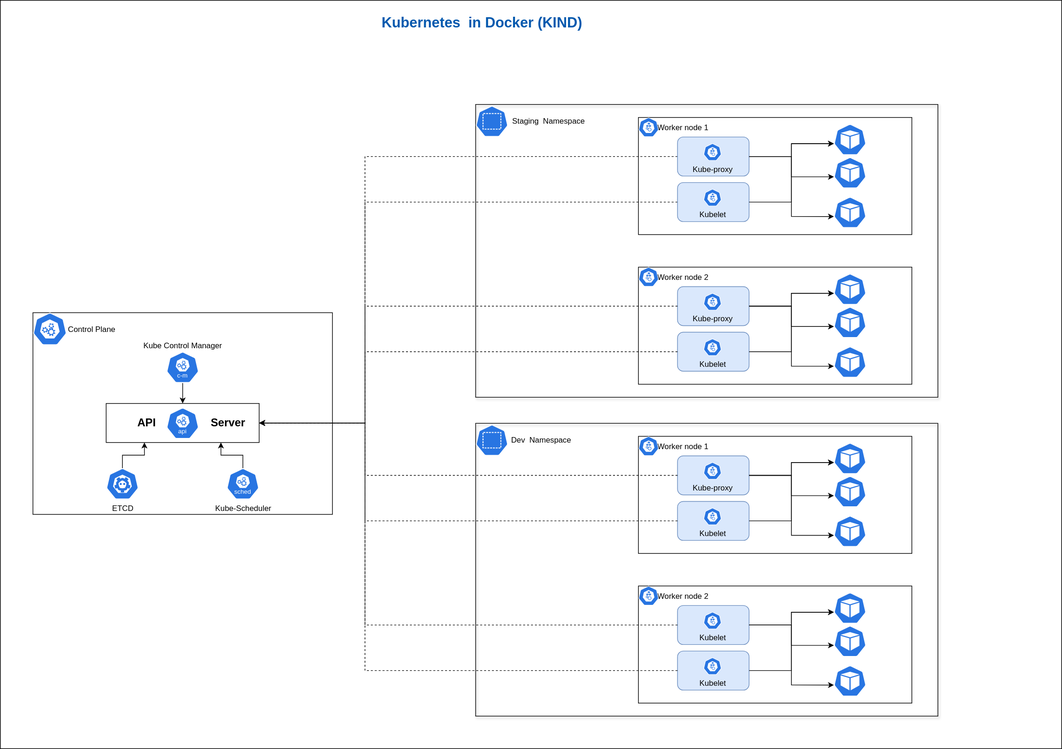
Above: resources/lab.drawio-1.svg in Daniel-Makhoba-Emmanuel/Full-stack-k8s-lab (draw.io), before the change. Source tidied: cells renumbered, new cells last; positions are measured from the earlier drawing's top-left corner, leaving out a move shared by most shapes.
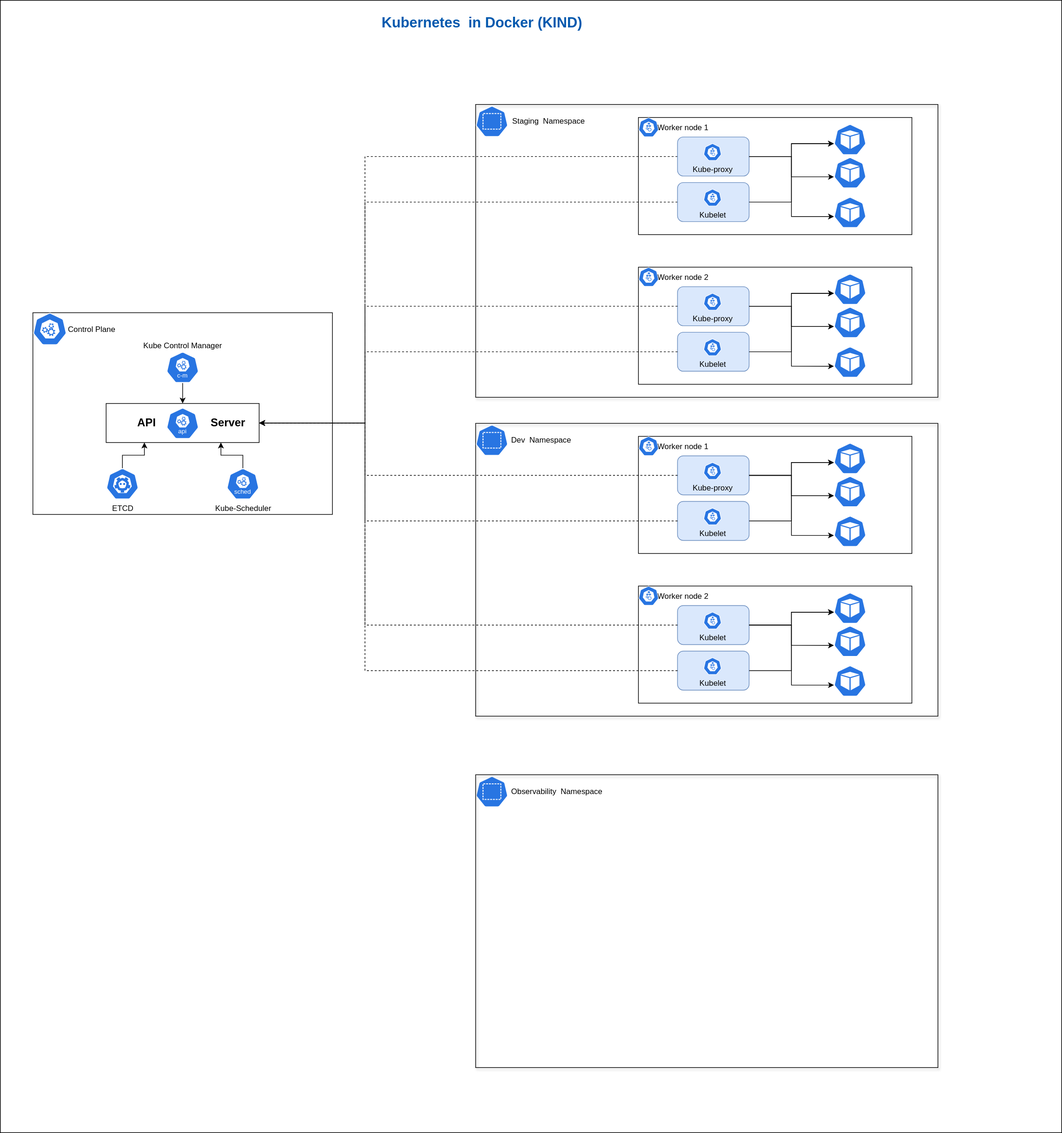
Above is the later version.

What changed in the source:
```diff
@@ -3,7 +3,7 @@
     <mxCell id="0" />
     <mxCell id="1" parent="0" />
     <mxCell id="2" style="rounded=0;whiteSpace=wrap;html=1;fillColor=none;" parent="1" vertex="1">
-      <mxGeometry width="1630" height="1150" as="geometry" />
+      <mxGeometry width="1630" height="1740" as="geometry" />
     </mxCell>
     <mxCell id="3" value="&lt;b&gt;&lt;font style=&quot;font-size: 22px; color: rgb(4, 89, 174);&quot;&gt;Kubernetes&amp;nbsp; in Docker (KIND)&lt;/font&gt;&lt;/b&gt;" style="text;html=1;align=center;verticalAlign=middle;whiteSpace=wrap;rounded=0;" parent="1" vertex="1">
       <mxGeometry x="560" y="20" width="360" height="30" as="geometry" />
@@ -306,5 +306,11 @@
         </Array>
       </mxGeometry>
     </mxCell>
+    <mxCell id="90" style="sketch=0;html=1;dashed=0;whitespace=wrap;verticalLabelPosition=bottom;verticalAlign=top;fillColor=#2875E2;strokeColor=#ffffff;shape=mxgraph.kubernetes.icon2;prIcon=ns;" parent="1" vertex="1">
+      <mxGeometry x="730" y="1192" width="50" height="48" as="geometry" />
+    </mxCell>
+    <mxCell id="91" value="Observability&amp;nbsp; Namespace" style="rounded=0;whiteSpace=wrap;html=1;gradientColor=default;fillColor=none;labelPosition=left;verticalLabelPosition=top;align=right;verticalAlign=bottom;spacingBottom=-35;spacingTop=0;spacingLeft=0;spacingRight=-197;shadow=1;" parent="1" vertex="1">
+      <mxGeometry x="730" y="1190" width="710" height="450" as="geometry" />
+    </mxCell>
   </root>
 </mxGraphModel>
```
